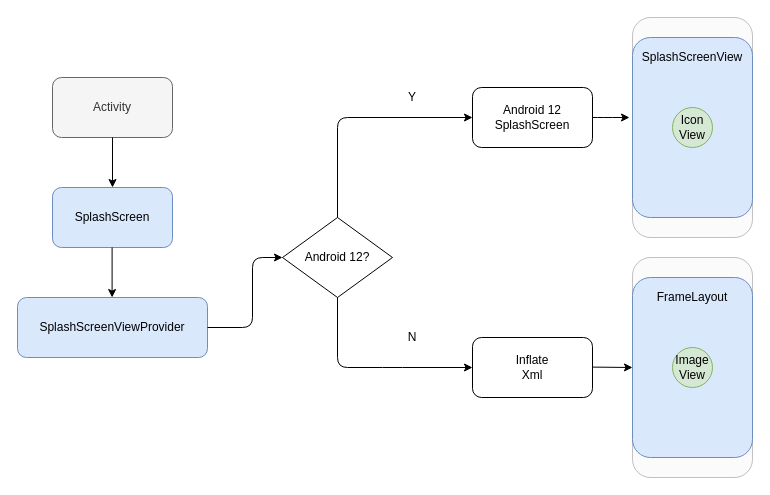
Earlier version of the draw.io diagram ss-reason.drawio (ellisonchan/MineGraph). Source tidied: cells renumbered, new cells numbered last; positions are measured from the earlier drawing's top-left corner, leaving out a move shared by most shapes. Both pictures are drawn from the tidied source at 100%, with x=0, y=0 at pixel (17, 17).
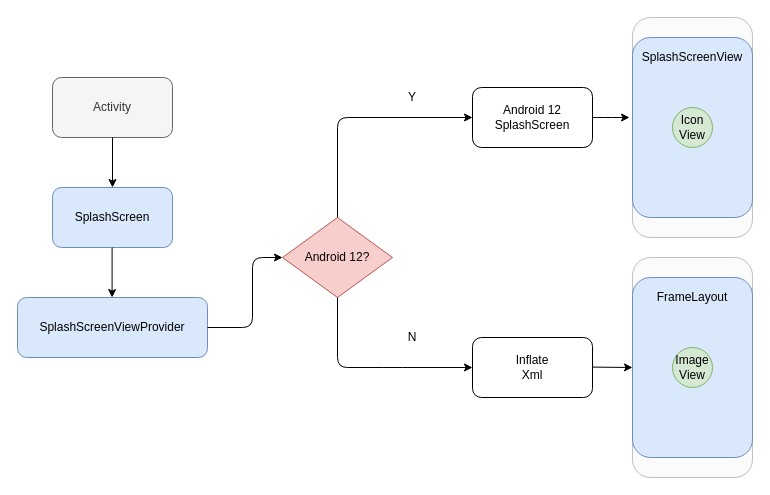
After the change.

Change to the diagram source:
```diff
@@
-    <mxCell id="14" value="Android 12?" style="rhombus;whiteSpace=wrap;html=1;" parent="1" vertex="1">
+    <mxCell id="14" value="Android 12?" style="rhombus;whiteSpace=wrap;html=1;fillColor=#f8cecc;strokeColor=#b85450;" parent="1" vertex="1">
       <mxGeometry x="265" y="200" width="110" height="80" as="geometry" />
     </mxCell>
```
